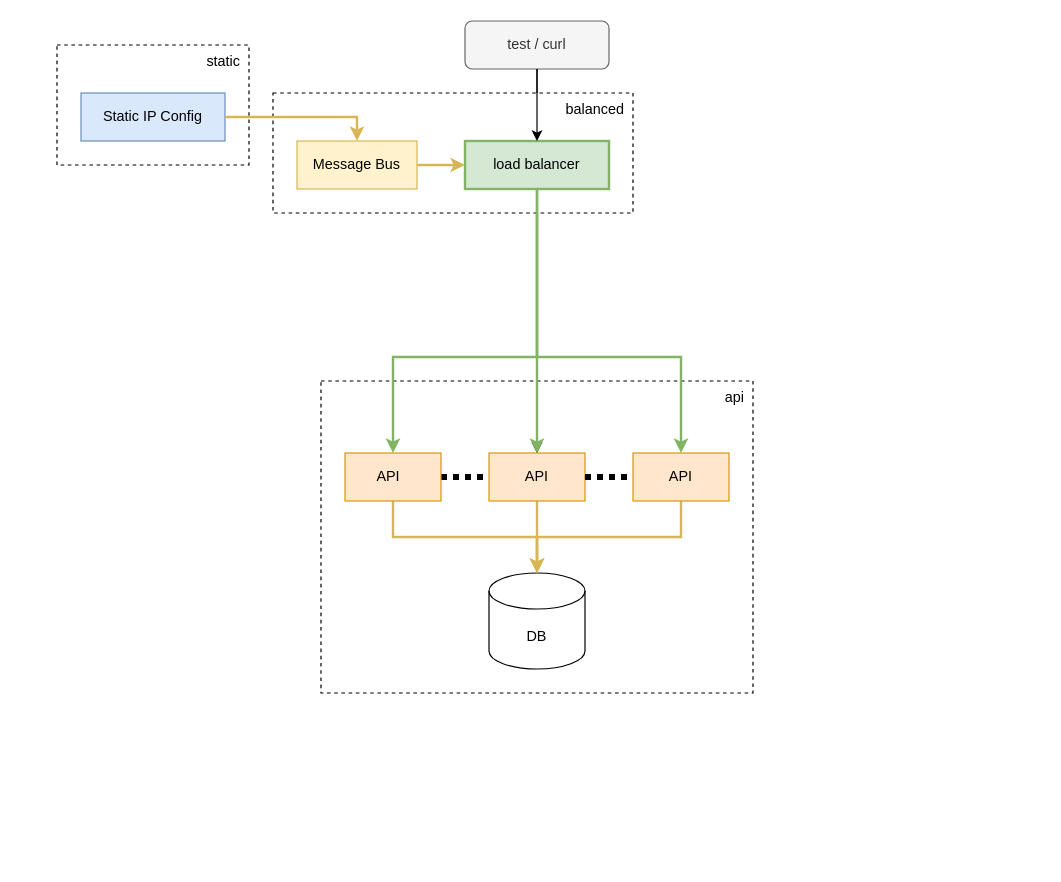
The draw.io diagram docs/demo-composition.drawio in kanaka/data-defined-systems, before the edit. Source tidied: cells renumbered, new cells numbered last; positions are measured from the earlier drawing's top-left corner, leaving out a move shared by most shapes. Both pictures are drawn from the tidied source at 120%, with x=0, y=0 at pixel (20, 20).
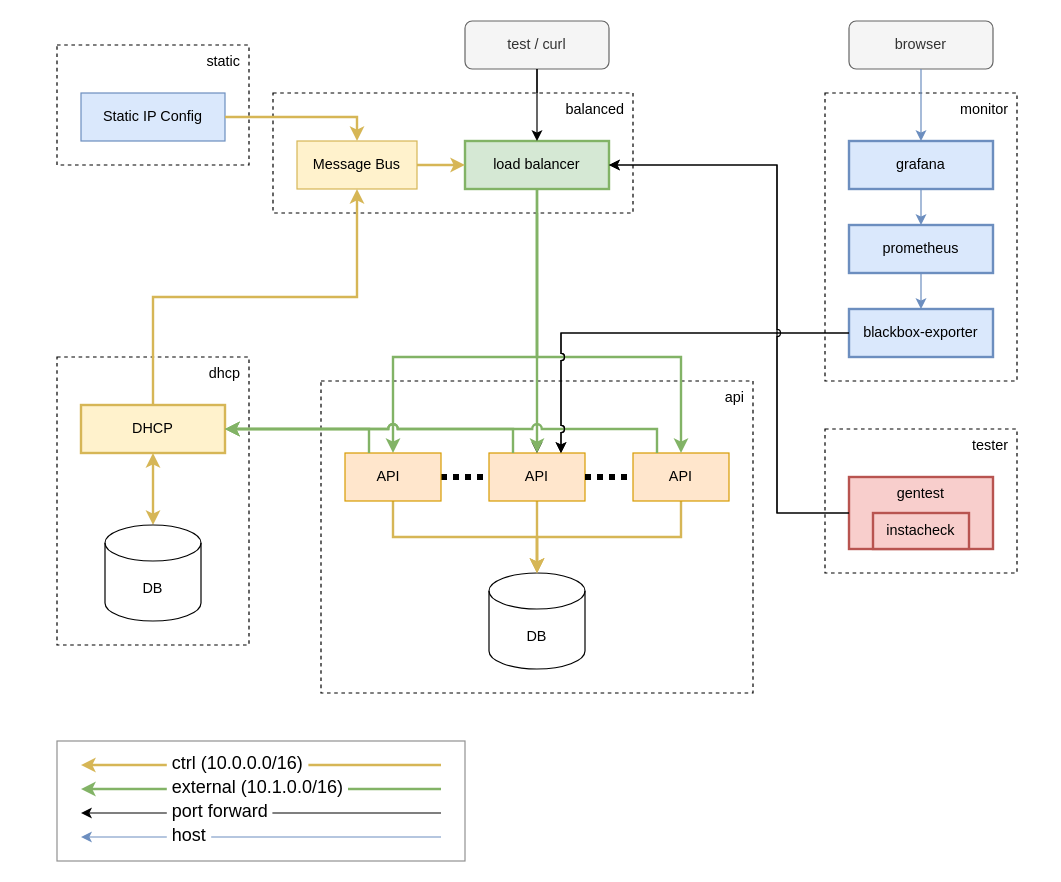
The same page after the edit.

Commit message (it also covers changes not shown here):
Rename tester to gentest.

Unchanged cells that the change refers to:
```xml
<mxCell id="9" value="API" style="rounded=0;whiteSpace=wrap;html=1;fillColor=#ffe6cc;strokeColor=#d79b00;" parent="5" vertex="1">
  <mxGeometry x="390" y="360" width="80" height="40" as="geometry" />
</mxCell>
<mxCell id="19" value="load balancer" style="rounded=0;whiteSpace=wrap;html=1;fillColor=#d5e8d4;strokeColor=#82b366;verticalAlign=middle;align=center;fontFamily=Helvetica;fontSize=12;strokeWidth=2;spacingLeft=5;spacingRight=5;" parent="15" vertex="1">
  <mxGeometry x="370" y="100" width="120" height="40" as="geometry" />
</mxCell>
<mxCell id="22" value="Message Bus" style="rounded=0;whiteSpace=wrap;html=1;fillColor=#fff2cc;strokeColor=#d6b656;" parent="15" vertex="1">
  <mxGeometry x="230" y="100" width="100" height="40" as="geometry" />
</mxCell>
<mxCell id="23" value="API" style="rounded=0;whiteSpace=wrap;html=1;fillColor=#ffe6cc;strokeColor=#d79b00;" parent="15" vertex="1">
  <mxGeometry x="510" y="360" width="80" height="40" as="geometry" />
</mxCell>
<mxCell id="26" value="API&lt;span style=&quot;white-space: pre;&quot;&gt;&#9;&lt;/span&gt;" style="rounded=0;whiteSpace=wrap;html=1;fillColor=#ffe6cc;strokeColor=#d79b00;" parent="15" vertex="1">
  <mxGeometry x="270" y="360" width="80" height="40" as="geometry" />
</mxCell>
```

The edit, as a diff of the source:
```diff
@@
+    <mxCell id="32" parent="0" />
+    <mxCell id="33" style="rounded=0;whiteSpace=wrap;html=1;strokeColor=#919191;" parent="32" vertex="1">
+      <mxGeometry x="30" y="600" width="340" height="100" as="geometry" />
+    </mxCell>
+    <mxCell id="34" style="rounded=0;orthogonalLoop=1;jettySize=auto;html=1;endArrow=classic;endFill=1;startArrow=none;startFill=0;strokeWidth=2;fillColor=#fff2cc;strokeColor=#d6b656;" parent="32" edge="1">
+      <mxGeometry relative="1" as="geometry">
+        <mxPoint x="350" y="620" as="sourcePoint" />
+        <mxPoint x="50" y="620" as="targetPoint" />
+      </mxGeometry>
+    </mxCell>
+    <mxCell id="35" value="&lt;font style=&quot;font-size: 15px;&quot;&gt;&amp;nbsp;ctrl (10.0.0.0/16)&amp;nbsp;&lt;/font&gt;" style="edgeLabel;html=1;align=left;verticalAlign=middle;" parent="34" vertex="1">
+      <mxGeometry x="-0.28" y="-3" relative="1" as="geometry">
+        <mxPoint x="-122" as="offset" />
+      </mxGeometry>
+    </mxCell>
+    <mxCell id="36" style="rounded=0;orthogonalLoop=1;jettySize=auto;html=1;endArrow=classic;endFill=1;startArrow=none;startFill=0;strokeWidth=2;fillColor=#d5e8d4;strokeColor=#82b366;" parent="32" edge="1">
+      <mxGeometry relative="1" as="geometry">
+        <mxPoint x="350" y="640" as="sourcePoint" />
+        <mxPoint x="50" y="640" as="targetPoint" />
+      </mxGeometry>
+    </mxCell>
+    <mxCell id="37" value="&lt;font style=&quot;font-size: 15px;&quot;&gt;&amp;nbsp;external (10.1.0.0/16)&amp;nbsp;&lt;/font&gt;" style="edgeLabel;html=1;align=left;verticalAlign=middle;" parent="36" vertex="1">
+      <mxGeometry x="-0.28" y="-3" relative="1" as="geometry">
+        <mxPoint x="-122" as="offset" />
+      </mxGeometry>
+    </mxCell>
+    <mxCell id="38" style="rounded=0;orthogonalLoop=1;jettySize=auto;html=1;endArrow=classic;endFill=1;startArrow=none;startFill=0;strokeWidth=1;fillColor=#d5e8d4;strokeColor=#000000;" parent="32" edge="1">
+      <mxGeometry relative="1" as="geometry">
+        <mxPoint x="350" y="660" as="sourcePoint" />
+        <mxPoint x="50" y="660" as="targetPoint" />
+      </mxGeometry>
+    </mxCell>
+    <mxCell id="39" value="&lt;font style=&quot;font-size: 15px;&quot;&gt;&amp;nbsp;port forward&amp;nbsp;&lt;/font&gt;" style="edgeLabel;html=1;align=left;verticalAlign=middle;" parent="38" vertex="1">
+      <mxGeometry x="-0.28" y="-3" relative="1" as="geometry">
+        <mxPoint x="-122" as="offset" />
+      </mxGeometry>
+    </mxCell>
+    <mxCell id="40" style="rounded=0;orthogonalLoop=1;jettySize=auto;html=1;endArrow=classic;endFill=1;startArrow=none;startFill=0;strokeWidth=1;fillColor=#dae8fc;strokeColor=#6c8ebf;" parent="32" edge="1">
+      <mxGeometry relative="1" as="geometry">
+        <mxPoint x="350" y="680" as="sourcePoint" />
+        <mxPoint x="50" y="680" as="targetPoint" />
+      </mxGeometry>
+    </mxCell>
+    <mxCell id="41" value="&lt;font style=&quot;font-size: 15px;&quot;&gt;&amp;nbsp;host&amp;nbsp;&lt;/font&gt;" style="edgeLabel;html=1;align=left;verticalAlign=middle;" parent="40" vertex="1">
+      <mxGeometry x="-0.28" y="-3" relative="1" as="geometry">
+        <mxPoint x="-122" as="offset" />
+      </mxGeometry>
+    </mxCell>
@@
+    <mxCell id="42" parent="0" />
+    <mxCell id="43" value="dhcp" style="rounded=0;whiteSpace=wrap;html=1;align=right;verticalAlign=top;spacingRight=5;dashed=1;" parent="42" vertex="1">
+      <mxGeometry x="30" y="280" width="160" height="240" as="geometry" />
+    </mxCell>
+    <mxCell id="44" value="DHCP" style="rounded=0;whiteSpace=wrap;html=1;fillColor=#fff2cc;strokeColor=#d6b656;strokeWidth=2;align=center;verticalAlign=middle;fontFamily=Helvetica;fontSize=12;fontColor=default;" parent="42" vertex="1">
+      <mxGeometry x="50" y="320" width="120" height="40" as="geometry" />
+    </mxCell>
+    <mxCell id="45" style="edgeStyle=orthogonalEdgeStyle;rounded=0;jettySize=auto;html=1;exitX=0.5;exitY=0;exitDx=0;exitDy=0;entryX=0.5;entryY=1;entryDx=0;entryDy=0;strokeColor=#d6b656;strokeWidth=2;align=center;verticalAlign=middle;fontFamily=Helvetica;fontSize=11;fontColor=default;labelBackgroundColor=default;startArrow=none;startFill=0;endArrow=classic;endFill=1;fillColor=#fff2cc;" parent="42" edge="1" source="44" target="22">
+      <mxGeometry relative="1" as="geometry" />
+    </mxCell>
+    <mxCell id="46" style="edgeStyle=orthogonalEdgeStyle;rounded=0;jettySize=auto;html=1;exitX=0.5;exitY=1;exitDx=0;exitDy=0;entryX=0.5;entryY=0;entryDx=0;entryDy=0;entryPerimeter=0;startArrow=classic;startFill=1;strokeColor=#d6b656;strokeWidth=2;align=center;verticalAlign=middle;fontFamily=Helvetica;fontSize=11;fontColor=default;labelBackgroundColor=default;endArrow=classic;endFill=1;fillColor=#fff2cc;" parent="42" edge="1" source="44" target="49">
+      <mxGeometry relative="1" as="geometry" />
+    </mxCell>
+    <mxCell id="47" style="edgeStyle=orthogonalEdgeStyle;rounded=0;jettySize=auto;html=1;exitX=1;exitY=0.5;exitDx=0;exitDy=0;entryX=0.25;entryY=0;entryDx=0;entryDy=0;startArrow=classic;startFill=1;endArrow=none;endFill=0;jumpStyle=arc;strokeColor=#82b366;strokeWidth=2;align=center;verticalAlign=middle;fontFamily=Helvetica;fontSize=11;fontColor=default;labelBackgroundColor=default;fillColor=#d5e8d4;" parent="42" edge="1" source="44" target="9">
+      <mxGeometry relative="1" as="geometry">
+        <Array as="points">
+          <mxPoint x="410" y="340" />
+        </Array>
+      </mxGeometry>
+    </mxCell>
+    <mxCell id="48" style="edgeStyle=orthogonalEdgeStyle;rounded=0;jettySize=auto;html=1;exitX=1;exitY=0.5;exitDx=0;exitDy=0;entryX=0.25;entryY=0;entryDx=0;entryDy=0;endArrow=none;endFill=0;startArrow=classic;startFill=1;jumpStyle=arc;strokeColor=#82b366;strokeWidth=2;align=center;verticalAlign=middle;fontFamily=Helvetica;fontSize=11;fontColor=default;labelBackgroundColor=default;fillColor=#d5e8d4;" parent="42" edge="1" source="44" target="26">
+      <mxGeometry relative="1" as="geometry">
+        <Array as="points">
+          <mxPoint x="290" y="340" />
+        </Array>
+      </mxGeometry>
+    </mxCell>
+    <mxCell id="49" value="DB" style="shape=cylinder3;whiteSpace=wrap;html=1;boundedLbl=1;backgroundOutline=1;size=15;" parent="42" vertex="1">
+      <mxGeometry x="70" y="420" width="80" height="80" as="geometry" />
+    </mxCell>
+    <mxCell id="50" style="edgeStyle=orthogonalEdgeStyle;rounded=0;jettySize=auto;html=1;exitX=1;exitY=0.5;exitDx=0;exitDy=0;entryX=0.25;entryY=0;entryDx=0;entryDy=0;startArrow=classic;startFill=1;endArrow=none;endFill=0;jumpStyle=arc;strokeColor=#82b366;strokeWidth=2;align=center;verticalAlign=middle;fontFamily=Helvetica;fontSize=11;fontColor=default;labelBackgroundColor=default;fillColor=#d5e8d4;" parent="42" edge="1" source="44" target="23">
+      <mxGeometry relative="1" as="geometry">
+        <Array as="points">
+          <mxPoint x="530" y="340" />
+        </Array>
+      </mxGeometry>
+    </mxCell>
+    <mxCell id="51" parent="0" />
+    <mxCell id="52" value="monitor" style="rounded=0;whiteSpace=wrap;html=1;align=right;verticalAlign=top;spacingRight=5;dashed=1;" parent="51" vertex="1">
+      <mxGeometry x="670" y="60" width="160" height="240" as="geometry" />
+    </mxCell>
+    <mxCell id="53" value="grafana" style="rounded=0;whiteSpace=wrap;html=1;fillColor=#dae8fc;strokeColor=#6c8ebf;verticalAlign=middle;align=center;fontFamily=Helvetica;fontSize=12;strokeWidth=2;spacingLeft=5;spacingRight=5;" parent="51" vertex="1">
+      <mxGeometry x="690" y="100" width="120" height="40" as="geometry" />
+    </mxCell>
+    <mxCell id="54" value="blackbox-exporter" style="rounded=0;whiteSpace=wrap;html=1;fillColor=#dae8fc;strokeColor=#6c8ebf;verticalAlign=middle;align=center;fontFamily=Helvetica;fontSize=12;strokeWidth=2;spacingLeft=5;spacingRight=5;" parent="51" vertex="1">
+      <mxGeometry x="690" y="240" width="120" height="40" as="geometry" />
+    </mxCell>
+    <mxCell id="55" value="prometheus" style="rounded=0;whiteSpace=wrap;html=1;fillColor=#dae8fc;strokeColor=#6c8ebf;verticalAlign=middle;align=center;fontFamily=Helvetica;fontSize=12;strokeWidth=2;spacingLeft=5;spacingRight=5;" parent="51" vertex="1">
+      <mxGeometry x="690" y="170" width="120" height="40" as="geometry" />
+    </mxCell>
+    <mxCell id="56" style="edgeStyle=orthogonalEdgeStyle;rounded=0;jettySize=auto;html=1;exitX=0.5;exitY=1;exitDx=0;exitDy=0;strokeColor=#6c8ebf;strokeWidth=1;align=center;verticalAlign=middle;fontFamily=Helvetica;fontSize=11;fontColor=default;labelBackgroundColor=default;startArrow=none;startFill=0;endArrow=classic;endFill=1;fillColor=#dae8fc;entryX=0.5;entryY=0;entryDx=0;entryDy=0;" parent="51" edge="1" source="53" target="55">
+      <mxGeometry relative="1" as="geometry" />
+    </mxCell>
+    <mxCell id="57" style="edgeStyle=orthogonalEdgeStyle;rounded=0;jettySize=auto;html=1;exitX=0.5;exitY=1;exitDx=0;exitDy=0;strokeColor=#6c8ebf;strokeWidth=1;align=center;verticalAlign=middle;fontFamily=Helvetica;fontSize=11;fontColor=default;labelBackgroundColor=default;startArrow=none;startFill=0;endArrow=classic;endFill=1;fillColor=#dae8fc;entryX=0.5;entryY=0;entryDx=0;entryDy=0;" parent="51" edge="1" source="55" target="54">
+      <mxGeometry relative="1" as="geometry" />
+    </mxCell>
+    <mxCell id="58" value="browser" style="rounded=1;whiteSpace=wrap;html=1;fillColor=#f5f5f5;strokeColor=#666666;fontColor=#333333;" parent="51" vertex="1">
+      <mxGeometry x="690" width="120" height="40" as="geometry" />
+    </mxCell>
+    <mxCell id="59" style="edgeStyle=orthogonalEdgeStyle;rounded=0;jettySize=auto;html=1;exitX=0.5;exitY=1;exitDx=0;exitDy=0;entryX=0.5;entryY=0;entryDx=0;entryDy=0;strokeColor=#6c8ebf;strokeWidth=1;align=center;verticalAlign=middle;fontFamily=Helvetica;fontSize=11;fontColor=default;labelBackgroundColor=default;startArrow=none;startFill=0;endArrow=classic;endFill=1;fillColor=#dae8fc;" parent="51" edge="1" source="58" target="53">
+      <mxGeometry relative="1" as="geometry" />
+    </mxCell>
+    <mxCell id="60" style="edgeStyle=orthogonalEdgeStyle;rounded=0;jettySize=auto;html=1;exitX=0;exitY=0.5;exitDx=0;exitDy=0;entryX=1;entryY=0.5;entryDx=0;entryDy=0;" parent="51" edge="1" source="54" target="19">
+      <mxGeometry relative="1" as="geometry">
+        <Array as="points">
+          <mxPoint x="630" y="260" />
+          <mxPoint x="630" y="120" />
+        </Array>
+      </mxGeometry>
+    </mxCell>
+    <mxCell id="61" style="edgeStyle=orthogonalEdgeStyle;rounded=0;jettySize=auto;html=1;exitX=0;exitY=0.5;exitDx=0;exitDy=0;entryX=0.75;entryY=0;entryDx=0;entryDy=0;jumpStyle=arc;" parent="51" edge="1" source="54" target="9">
+      <mxGeometry relative="1" as="geometry">
+        <Array as="points">
+          <mxPoint x="450" y="260" />
+        </Array>
+      </mxGeometry>
+    </mxCell>
+    <mxCell id="62" parent="0" />
+    <mxCell id="63" value="tester" style="rounded=0;whiteSpace=wrap;html=1;align=right;verticalAlign=top;spacingRight=5;dashed=1;" parent="62" vertex="1">
+      <mxGeometry x="670" y="340" width="160" height="120" as="geometry" />
+    </mxCell>
+    <mxCell id="64" value="gentest" style="rounded=0;whiteSpace=wrap;html=1;fillColor=#f8cecc;strokeColor=#b85450;verticalAlign=top;align=center;fontFamily=Helvetica;fontSize=12;strokeWidth=2;spacingLeft=5;spacingRight=5;" parent="62" vertex="1">
+      <mxGeometry x="690" y="380" width="120" height="60" as="geometry" />
+    </mxCell>
+    <mxCell id="65" value="instacheck" style="rounded=0;whiteSpace=wrap;html=1;fillColor=#f8cecc;strokeColor=#b85450;verticalAlign=middle;align=center;fontFamily=Helvetica;fontSize=12;strokeWidth=2;spacingLeft=5;spacingRight=5;" parent="62" vertex="1">
+      <mxGeometry x="710" y="410" width="80" height="30" as="geometry" />
+    </mxCell>
+    <mxCell id="66" style="edgeStyle=orthogonalEdgeStyle;rounded=0;jettySize=auto;html=1;exitX=0;exitY=0.5;exitDx=0;exitDy=0;entryX=1;entryY=0.5;entryDx=0;entryDy=0;jumpStyle=arc;" parent="62" edge="1" source="64" target="19">
+      <mxGeometry relative="1" as="geometry">
+        <Array as="points">
+          <mxPoint x="630" y="410" />
+          <mxPoint x="630" y="120" />
+        </Array>
+      </mxGeometry>
+    </mxCell>
+    <mxCell id="67" style="edgeStyle=orthogonalEdgeStyle;rounded=0;jettySize=auto;html=1;exitX=0;exitY=0.5;exitDx=0;exitDy=0;entryX=0.75;entryY=0;entryDx=0;entryDy=0;jumpStyle=arc;" parent="62" edge="1" source="64" target="9">
+      <mxGeometry relative="1" as="geometry">
+        <Array as="points">
+          <mxPoint x="630" y="410" />
+          <mxPoint x="630" y="260" />
+          <mxPoint x="450" y="260" />
+        </Array>
+      </mxGeometry>
+    </mxCell>
```
